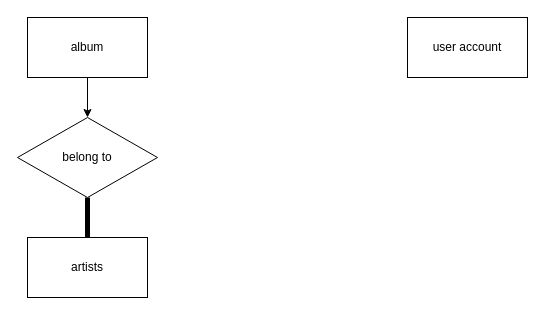
Estelle-Lee/Python keeps this draw.io diagram as 2-SQL/week1/relationship_participation.drawio. Above is the earlier version. Source tidied: cells renumbered, new cells numbered last; positions are measured from the earlier drawing's top-left corner, leaving out a move shared by most shapes. Both pictures are drawn from the tidied source at 100%, with x=0, y=0 at pixel (17, 17).
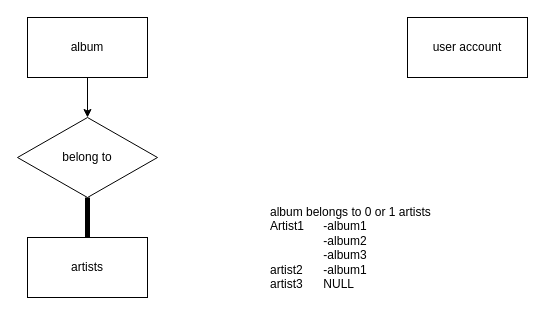
Above is the later version.

What changed in the source:
```diff
@@
 <mxGraphModel>
   <root>
     <mxCell id="0" />
     <mxCell id="1" parent="0" />
     <mxCell id="2" style="edgeStyle=none;html=1;entryX=0.5;entryY=0;entryDx=0;entryDy=0;" parent="1" edge="1" source="3" target="7">
       <mxGeometry relative="1" as="geometry" />
     </mxCell>
     <mxCell id="3" value="album" style="rounded=0;whiteSpace=wrap;html=1;" parent="1" vertex="1">
       <mxGeometry x="10" width="120" height="60" as="geometry" />
     </mxCell>
     <mxCell id="4" style="edgeStyle=none;html=1;entryX=0.5;entryY=1;entryDx=0;entryDy=0;strokeWidth=5;endArrow=none;endFill=0;" parent="1" edge="1" source="5" target="7">
       <mxGeometry relative="1" as="geometry" />
     </mxCell>
     <mxCell id="5" value="artists" style="rounded=0;whiteSpace=wrap;html=1;" parent="1" vertex="1">
       <mxGeometry x="10" y="220" width="120" height="60" as="geometry" />
     </mxCell>
     <mxCell id="6" value="user account" style="rounded=0;whiteSpace=wrap;html=1;" parent="1" vertex="1">
       <mxGeometry x="390" width="120" height="60" as="geometry" />
     </mxCell>
     <mxCell id="7" value="belong to" style="rhombus;whiteSpace=wrap;html=1;" parent="1" vertex="1">
       <mxGeometry y="100" width="140" height="80" as="geometry" />
     </mxCell>
+    <mxCell id="8" value="album belongs to 0 or 1 artists&lt;br&gt;Artist1&lt;span style=&quot;white-space: pre;&quot;&gt;&#9;&lt;/span&gt;-album1&lt;br&gt;&lt;span style=&quot;white-space: pre;&quot;&gt;&#9;&lt;span style=&quot;white-space: pre;&quot;&gt;&#9;&lt;/span&gt;&lt;/span&gt;-album2&lt;br&gt;&lt;span style=&quot;white-space: pre;&quot;&gt;&#9;&lt;/span&gt;&lt;span style=&quot;white-space: pre;&quot;&gt;&#9;&lt;/span&gt;-album3&lt;br&gt;artist2&lt;span style=&quot;white-space: pre;&quot;&gt;&#9;&lt;/span&gt;-album1&lt;br&gt;artist3&lt;span style=&quot;white-space: pre;&quot;&gt;&#9;&lt;/span&gt;NULL" style="text;html=1;strokeColor=none;fillColor=none;align=left;verticalAlign=top;whiteSpace=wrap;rounded=0;" parent="1" vertex="1">
+      <mxGeometry x="251" y="181" width="209" height="30" as="geometry" />
+    </mxCell>
   </root>
 </mxGraphModel>
```
